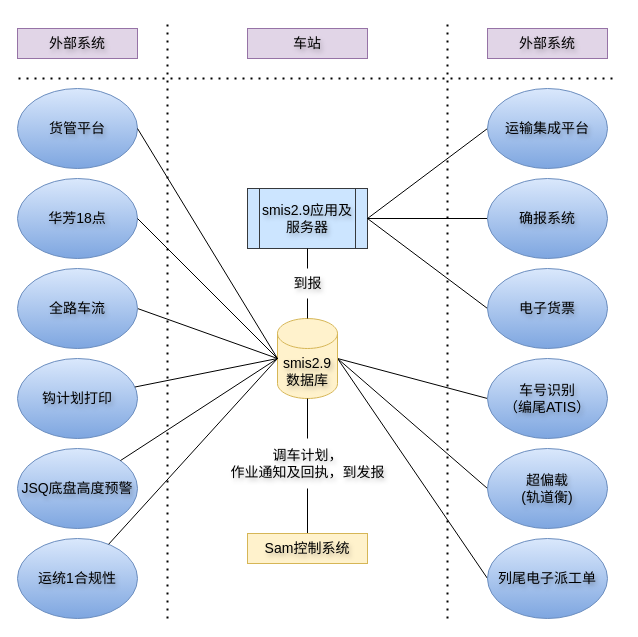
Before: 新丰镇切换方案网络架构图/编组站smis29当前网络架构.drawio in wxl18335844494/myFlowChart, a draw.io diagram. Source tidied: cells renumbered, new cells numbered last; positions are measured from the earlier drawing's top-left corner, leaving out a move shared by most shapes. Both pictures are drawn from the tidied source at 100%, with x=0, y=0 at pixel (17, 18).
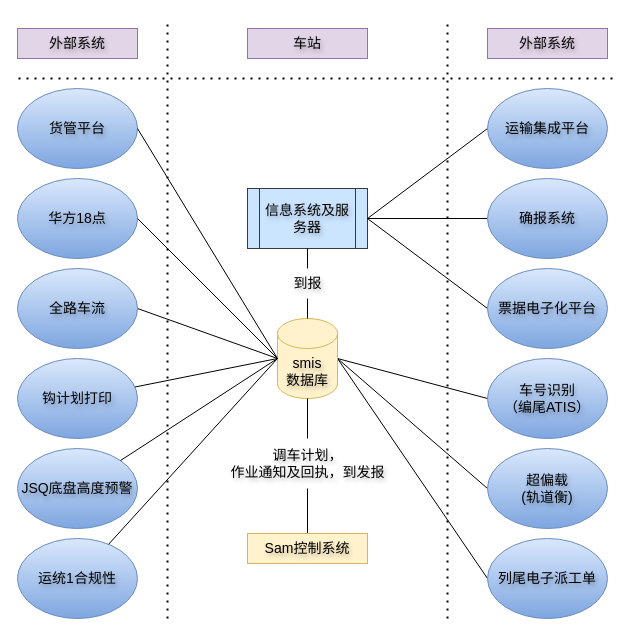
Above is the later version.

Commit message:
更新编组站smis29当前网络架构.drawio

Change to the diagram source:
```diff
@@
-    <mxCell id="5" value="华芳18点" style="ellipse;whiteSpace=wrap;html=1;hachureGap=4;fontFamily=Helvetica;fontSize=14;fillColor=#dae8fc;strokeColor=#6c8ebf;gradientColor=#7ea6e0;textShadow=1;" parent="1" vertex="1">
+    <mxCell id="5" value="华方18点" style="ellipse;whiteSpace=wrap;html=1;hachureGap=4;fontFamily=Helvetica;fontSize=14;fillColor=#dae8fc;strokeColor=#6c8ebf;gradientColor=#7ea6e0;textShadow=1;" parent="1" vertex="1">
       <mxGeometry y="160" width="120" height="80" as="geometry" />
     </mxCell>
@@
-    <mxCell id="9" value="&lt;font&gt;smis2.9应用及服务器&lt;/font&gt;" style="shape=process;whiteSpace=wrap;html=1;backgroundOutline=1;hachureGap=4;fontFamily=Helvetica;fontSize=14;fillColor=#cce5ff;strokeColor=#36393d;textShadow=1;" parent="1" vertex="1">
+    <mxCell id="9" value="&lt;font&gt;信息系统及服务器&lt;/font&gt;" style="shape=process;whiteSpace=wrap;html=1;backgroundOutline=1;hachureGap=4;fontFamily=Helvetica;fontSize=14;fillColor=#cce5ff;strokeColor=#36393d;textShadow=1;" parent="1" vertex="1">
       <mxGeometry x="230" y="170" width="120" height="60" as="geometry" />
     </mxCell>
@@
-    <mxCell id="11" value="&lt;font&gt;smis2.9&lt;/font&gt;&lt;div&gt;&lt;font&gt;数据库&lt;/font&gt;&lt;/div&gt;" style="shape=cylinder3;whiteSpace=wrap;html=1;boundedLbl=1;backgroundOutline=1;size=15;hachureGap=4;fontFamily=Helvetica;fontSize=14;fillColor=#fff2cc;strokeColor=#d6b656;textShadow=1;" parent="1" vertex="1">
+    <mxCell id="11" value="&lt;font&gt;smis&lt;/font&gt;&lt;div&gt;&lt;font&gt;数据库&lt;/font&gt;&lt;/div&gt;" style="shape=cylinder3;whiteSpace=wrap;html=1;boundedLbl=1;backgroundOutline=1;size=15;hachureGap=4;fontFamily=Helvetica;fontSize=14;fillColor=#fff2cc;strokeColor=#d6b656;textShadow=1;" parent="1" vertex="1">
       <mxGeometry x="260" y="300" width="60" height="80" as="geometry" />
     </mxCell>
@@
-    <mxCell id="26" value="&lt;font&gt;电子货票&lt;/font&gt;" style="ellipse;whiteSpace=wrap;html=1;hachureGap=4;fontFamily=Helvetica;fontSize=14;fillColor=#dae8fc;strokeColor=#6c8ebf;gradientColor=#7ea6e0;textShadow=1;" parent="1" vertex="1">
+    <mxCell id="26" value="票据电子化平台" style="ellipse;whiteSpace=wrap;html=1;hachureGap=4;fontFamily=Helvetica;fontSize=14;fillColor=#dae8fc;strokeColor=#6c8ebf;gradientColor=#7ea6e0;textShadow=1;" parent="1" vertex="1">
       <mxGeometry x="470" y="250" width="120" height="80" as="geometry" />
     </mxCell>
```
